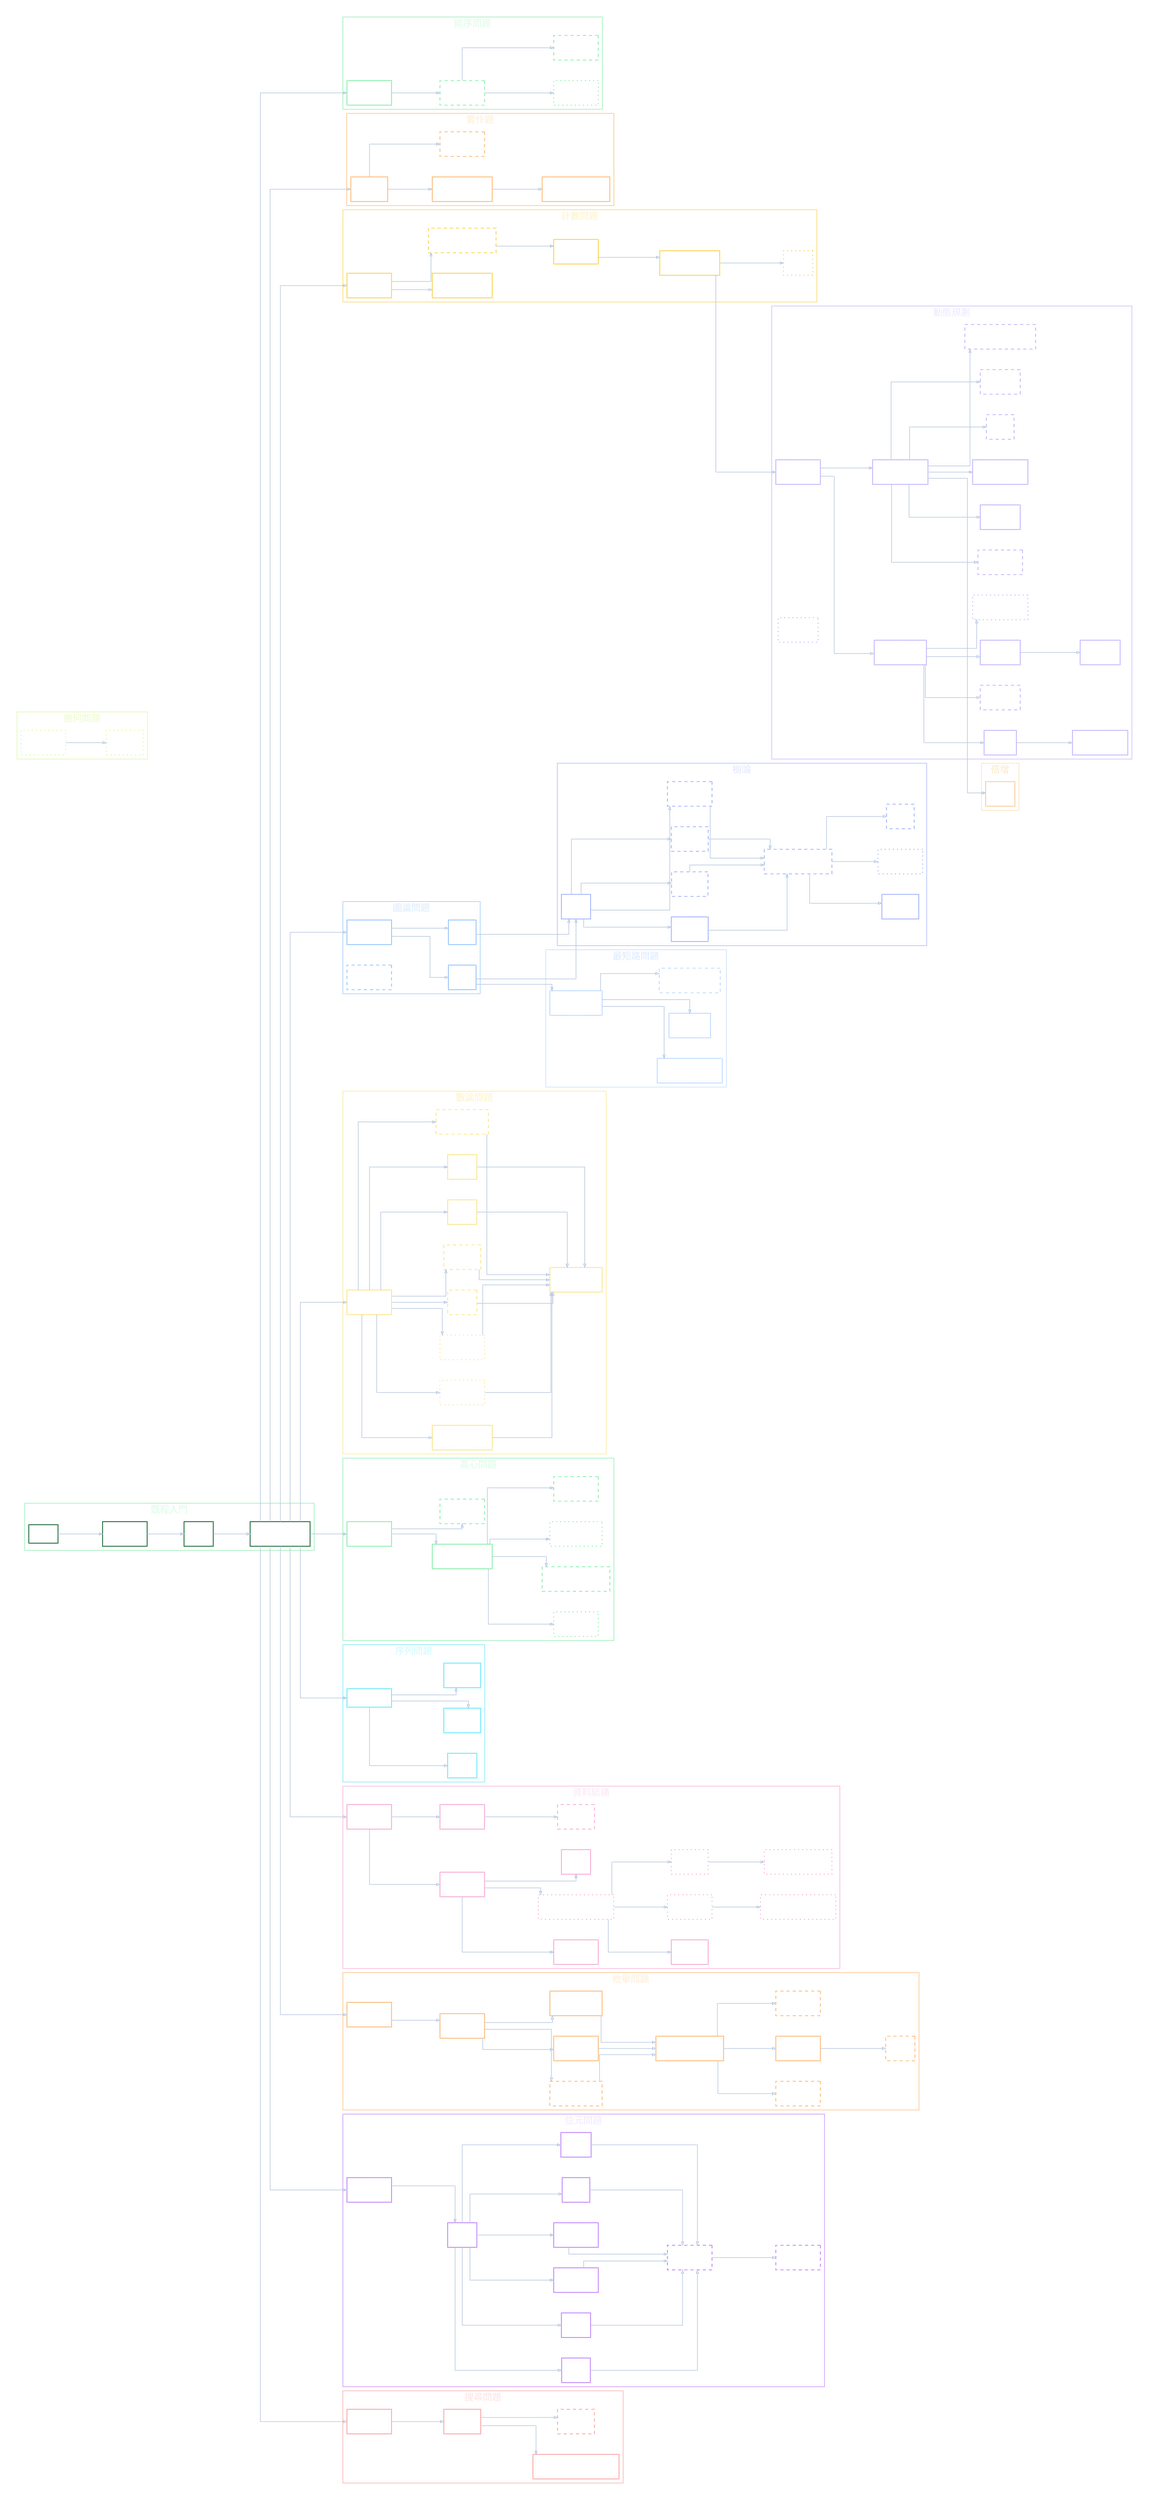
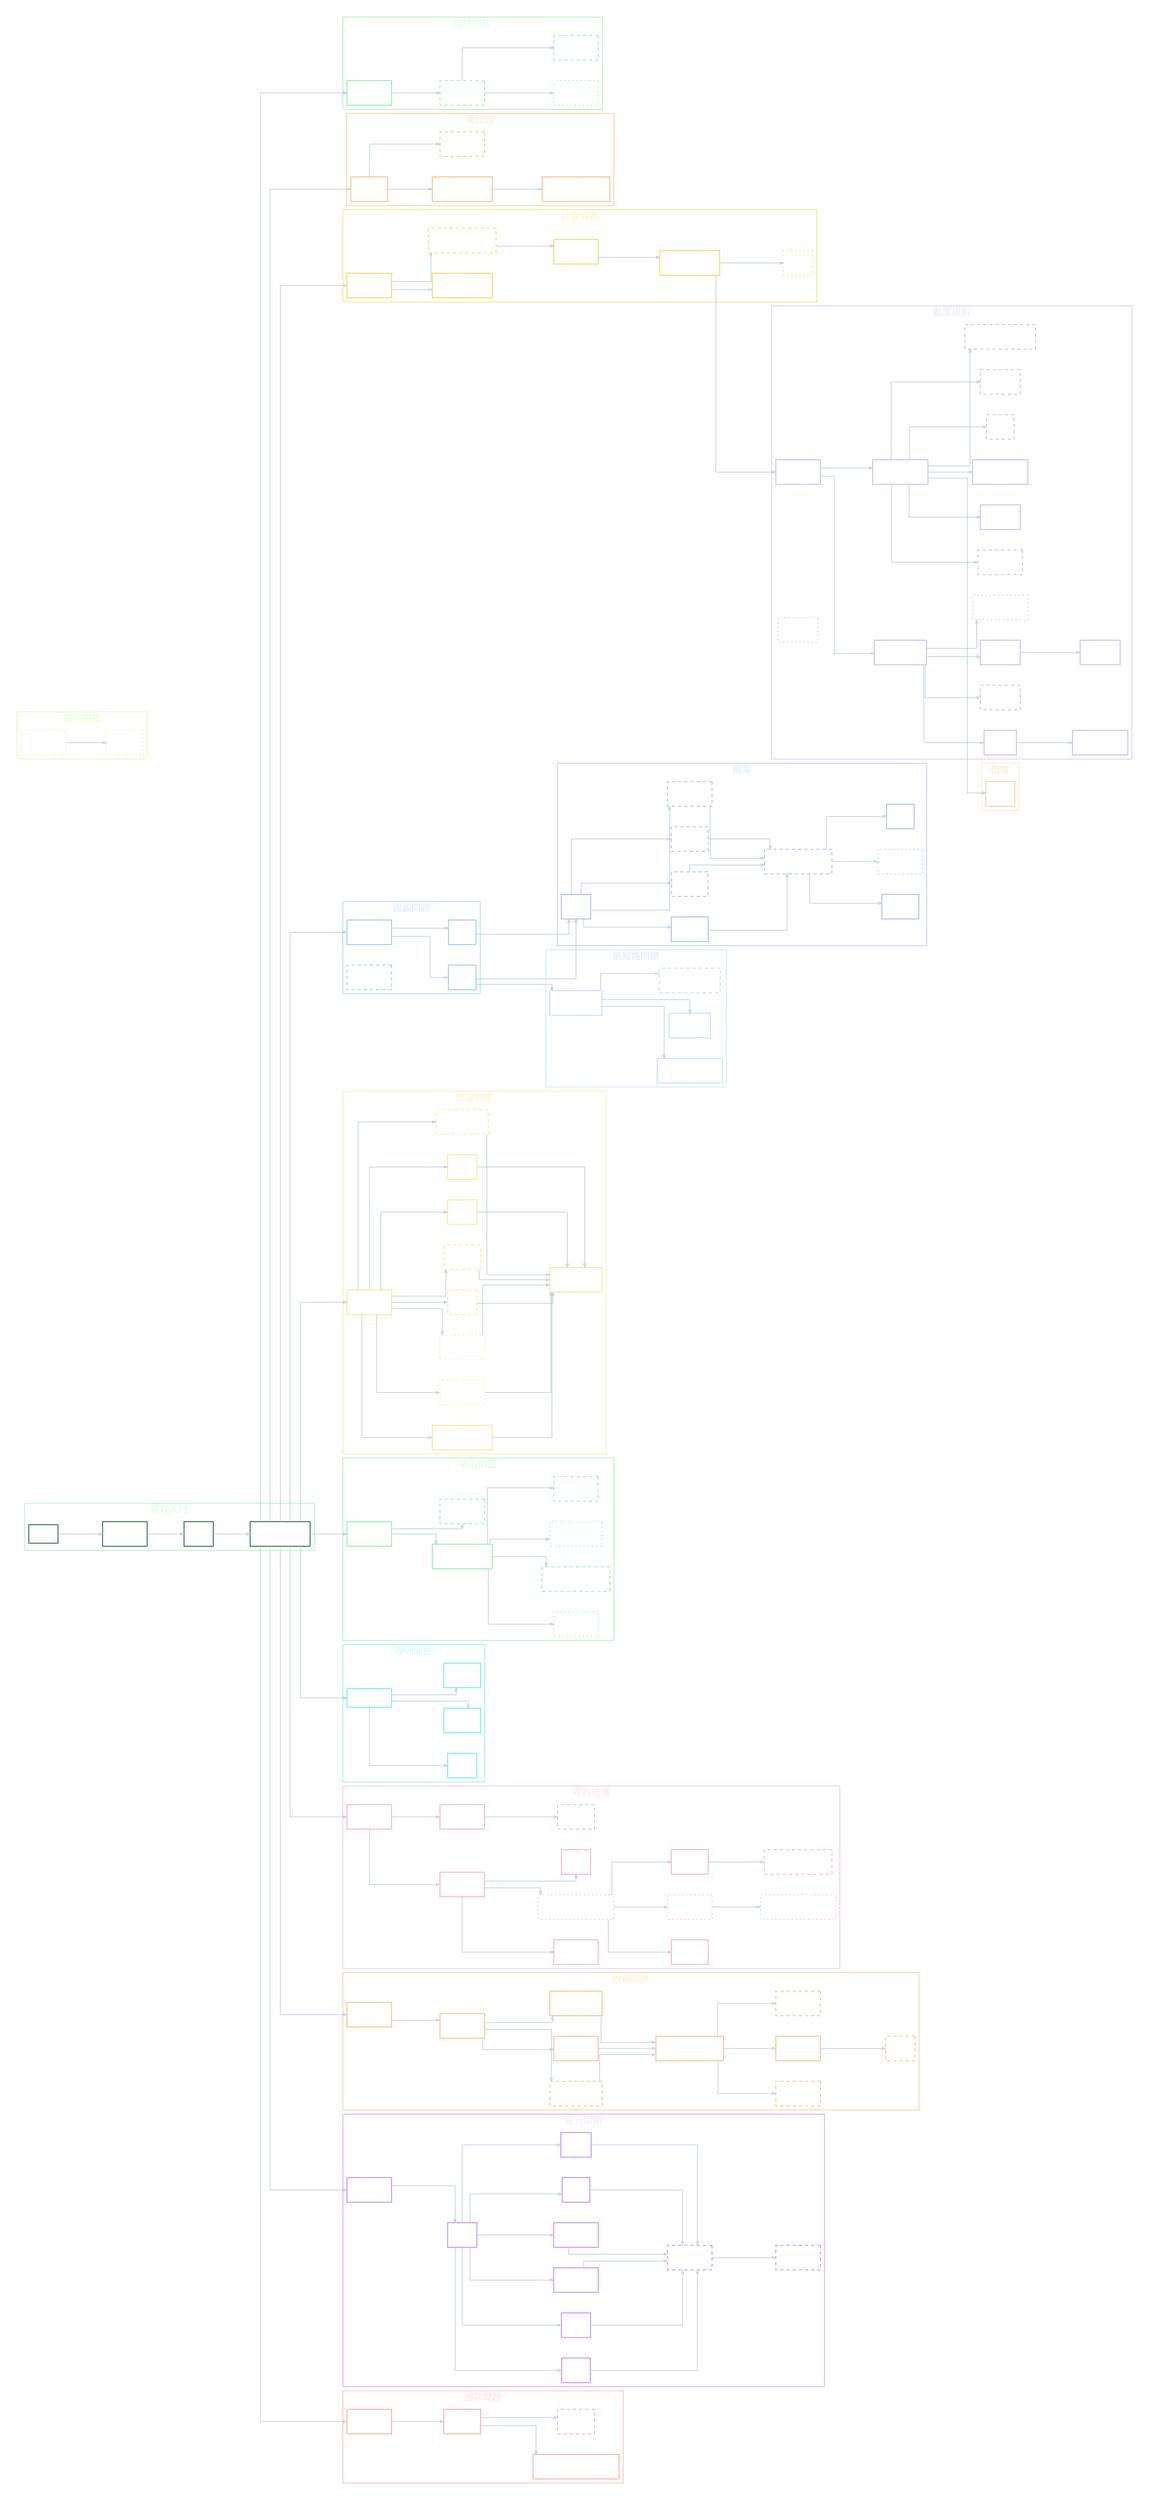
digraph CompetitiveProgrammingSkillTree {
  graph [
    rankdir=LR,
    bgcolor="transparent",
    splines=ortho,
    nodesep=0.55,
    ranksep=1.0,
    pad=0.35,
    compound=true
  ];

  node [
    shape=rect,
    style=filled,
    fontname="Microsoft JhengHei",
    fontsize=15,
    margin="0.18,0.10",
    penwidth=1.6,
    color="#7A8A99",
    fontcolor="#ffffff"
  ];

  edge [
    color="#bacae0",
    arrowsize=0.65,
    penwidth=1.2
  ];

  subgraph cluster_cp_entry {
    label="競程入門";
    color="#86efac";
    fillcolor="#052e16";
    fontname="Microsoft JhengHei";
    fontcolor="#dcfce7";
    fontsize=18;

    node [fillcolor="transparent", color="#166534"]
    root1 [label="競程"];
    core1 [label="基礎語法\n[✪]"];
    core2 [label="陣列\n[✪]"];
    core3 [label="基礎 STL 工具\n[✪]"];
  }

  subgraph cluster_sort {
    label="排序問題";
    color="#86efac";
    fillcolor="#052e16";
    fontname="Microsoft JhengHei";
    fontcolor="#dcfce7";
    fontsize=18;

    node [fillcolor="transparent", color="#86efac"];
    sort1 [label="排序問題\n[✔]"];
    sort2 [label="交換問題\n[!?]", style="dashed"];
    sort3 [label="拓撲排序\n[?]", style="dotted"];
    sort4 [label="單調隊列\n[!?]", style="dashed"];
  }

  subgraph cluster_impl {
    label="實作題";
    color="#fdba74";
    fillcolor="#431407";
    fontname="Microsoft JhengHei";
    fontcolor="#ffedd5";
    fontsize=18;

    node [fillcolor="transparent", color="#fdba74"];
    impl1 [label="實作題\n[✔]"];
    impl2 [label="二維地圖實作\n[✔]"];
    impl3 [label="字串問題\n[!?]", style="dashed"];
    impl4 [label="六邊形地圖實作\n[✔]"]
  }

  impl2 -> impl4;

  subgraph cluster_count {
    label="計數問題";
    color="#fcd34d";
    fillcolor="#422006";
    fontname="Microsoft JhengHei";
    fontcolor="#fef3c7";
    fontsize=18;

    node [fillcolor="transparent", color="#fcd34d"];
    count1 [label="計數問題\n[✔]"];
    count4 [label="微掃描線問題\n[✔]"];
    count2 [label="等價類計數問題\n[!?]", style="dashed"];
    count3 [label="排容原理\n[✔]"];
    count5 [label="拆分子問題法\n[✔]"];
    div1 [label="分治\n[?]", style="dotted"];
  }

  count1 -> count4;

  subgraph cluster_dp {
    label="動態規劃";
    color="#c4b5fd";
    fillcolor="#2e1065";
    fontname="Microsoft JhengHei";
    fontcolor="#ede9fe";
    fontsize=18;

    node [fillcolor="transparent", color="#c4b5fd"];
    dp1 [label="動態規劃\n[✔]"];
    dp2 [label="背包問題\n[!?]", style="dashed"];
    dp3 [label="分段 dp\n[✔]"];
    dp4 [label="二維地圖 dp\n[✔]"];
    dp5 [label="區間 dp\n[✔]"];
    dp6 [label="賽局 dp\n[✔]"];
    dp7 [label="狀態壓縮 dp\n[?]", style="dotted"];
    dp8 [label="記憶化搜索\n[✔]"];
    dp9 [label="LCS\n[!?]", style="dashed"];
    dp10 [label="環狀 dp\n[!?]", style="dashed"];
    dp11 [label="樹 dp\n[✔]"];
    dp12 [label="子樹合併 dp\n[✔]"];
    dp13 [label="有權區間排程 dp\n[!?]", style="dashed"];
    dp14 [label="數位 dp\n[!?]", style="dashed"];
    dp15 [label="dp 狀態設計\n[✔]"];
    dp16 [label="dp 優化\n[?]", style="dotted"];
  }

  dp1 -> dp8;
  dp1 -> dp15;
  dp8 -> dp11;
  dp8 -> dp14;
  dp8 -> dp5;
  dp8 -> dp7;
  dp15 -> dp2;
  dp15 -> dp3;
  dp15 -> dp4;
  dp15 -> dp9;
  dp15 -> dp10;
  dp15 -> dp13;
  dp5 -> dp6;
  dp11 -> dp12;

  subgraph cluster_graph {
    label="圖論問題";
    color="#93c5fd";
    fillcolor="#172554";
    fontname="Microsoft JhengHei";
    fontcolor="#dbeafe";
    fontsize=18;

    node [fillcolor="transparent", color="#93c5fd"];
    g1 [label="圖論問題\n[✔]"];
    g2 [label="BFS\n[✔]"];
    g3 [label="DFS\n[✔]"];
    g4 [label="圖論建模\n[!?]", style="dashed"];
  }

  subgraph cluster_shortest_path {
    label="最短路問題";
    color="#bfdbfe";
    fillcolor="#1e3a8a";
    fontname="Microsoft JhengHei";
    fontcolor="#dbeafe";
    fontsize=18;

    node [fillcolor="transparent", color="#bfdbfe"];
    sp1 [label="最短路問題\n[✔]"];
    sp2 [label="Dijkstra\n[✔]"];
    sp3 [label="Bellman Ford\n[!?]", style="dashed"];
    sp4 [label="Floyd Warshall\n[✔]"];
  }

  subgraph cluster_tree {
    label="樹論";
    color="#a5b4fc";
    fillcolor="#312e81";
    fontname="Microsoft JhengHei";
    fontcolor="#e0e7ff";
    fontsize=18;

    node [fillcolor="transparent", color="#a5b4fc"];
    tree1 [label="樹論\n[✔]"];
    tree2 [label="BFS 樹\n[!?]", style="dashed"];
    tree3 [label="DFS 樹\n[!?]", style="dashed"];
    tree4 [label="前中後序\n[!?]", style="dashed"];
    tree5 [label="二分樹\n[✔]"];
    tree6 [label="更難的樹論問題\n[!?]", style="dashed"];
    tree7 [label="樹壓平\n[✔]"];
    tree8 [label="樹上差分\n[?]", style="dotted"];
-     tree9 [label="LCA\n[!?]", style="dashed"];
+     tree9 [label="LCA\n[✔]"];
  }

  subgraph cluster_number {
    label="數論問題";
    color="#fde68a";
    fillcolor="#451a03";
    fontname="Microsoft JhengHei";
    fontcolor="#fef3c7";
    fontsize=18;

    node [fillcolor="transparent", color="#fde68a"];
    num1 [label="數論問題\n[✔]"];
    num2 [label="取餘\n[✔]"];
    num3 [label="篩法\n[✔]"];
    num4 [label="質因數分解\n[!?]", style="dashed"];
    num5 [label="因數倍數問題\n[✔]"];
    num6 [label="進制系統\n[?]", style="dotted"];
    num7 [label="大數運算\n[?]", style="dotted"];
    num8 [label="機率\n[!?]", style="dashed"];
    num9 [label="期望值\n[!?]", style="dashed"];
    math1 [label="數學式化簡\n[✔]"];
  }

  num1 -> num8;
  num1 -> num9;
  num8 -> math1;
  num9 -> math1;

  subgraph cluster_greedy {
    label="貪心問題";
    color="#86efac";
    fillcolor="#052e16";
    fontname="Microsoft JhengHei";
    fontcolor="#dcfce7";
    fontsize=18;

    node [fillcolor="transparent", color="#86efac"];
    gr1 [label="貪心問題\n[✔]"];
    gr2 [label="貪心基本思維\n[✔]"];
    gr3 [label="貪心證明\n[!?]", style="dashed"];
    gr4 [label="區間貪心\n[?]", style="dotted"];
    gr5 [label="構造上下界問題\n[!?]", style="dashed"];
    gr6 [label="子序列貪心\n[?]", style="dotted"];
    gr7 [label="配對問題\n[!?]", style="dashed"];
  }

  subgraph cluster_sequence {
    label="序列問題";
    color="#67e8f9";
    fillcolor="#164e63";
    fontname="Microsoft JhengHei";
    fontcolor="#cffafe";
    fontsize=18;

    node [fillcolor="transparent", color="#67e8f9"];
    seq1 [label="序列問題"];
    seq2 [label="雙指標\n[✔]"];
    seq3 [label="前綴和\n[✔]"];
    seq4 [label="差分\n[✔]"];
  }

  subgraph cluster_ds {
    label="資料結構";
    color="#f9a8d4";
    fillcolor="#500724";
    fontname="Microsoft JhengHei";
    fontcolor="#fce7f3";
    fontsize=18;

    node [fillcolor="transparent", color="#f9a8d4"];
    ds1 [label="資料結構\n[✔]"];
    ds2 [label="序列容器\n[✔]"];
    ds3 [label="關聯容器\n[✔]"];
    ds4 [label="哈希表\n[!?]", style="dashed"];
    ds5 [label="更複雜的資料結構\n[?]", style="dotted"];
    ds6 [label="樹狀陣列\n[?]", style="dotted"];
-     ds7 [label="稀疏表\n[?]", style="dotted"];
+     ds7 [label="稀疏表\n[✔]"];
    ds8 [label="線段樹\n[✔]"];
    ds9 [label="樹狀陣列上二分搜\n[?]", style="dotted"];
-     ds10 [label="稀疏表上二分搜\n[?]", style="dotted"];
+     ds10 [label="稀疏表上二分搜\n[!?]", style="dashed"];
    ds11 [label="堆疊\n[✔]"];
    ds12 [label="優先序列\n[✔]"];
  }

  ds2 -> ds11;
  ds2 -> ds12;

  subgraph cluster_enum {
    label="枚舉問題";
    color="#fdba74";
    fillcolor="#431407";
    fontname="Microsoft JhengHei";
    fontcolor="#ffedd5";
    fontsize=18;

    node [fillcolor="transparent", color="#fdba74"];
    enum1 [label="枚舉問題\n[✔]"];
    enum2 [label="暴力枚舉\n[✔]"];
    enum3 [label="二元枚舉\n[✔]"];
    enum4 [label="全排列枚舉\n[✔]"];
    enum5 [label="聰明的枚舉\n[!?]", style="dashed"];
    enum6 [label="更難的枚舉問題\n[✔]"];
    enum7 [label="遞迴枚舉\n[✔]"];
    enum8 [label="折半枚舉\n[!?]", style="dashed"];
    enum9 [label="剪枝\n[!?]", style="dashed"];
    enum10 [label="枚舉倍數\n[!?]", style="dashed"];
  }

  subgraph cluster_bit {
    label="位元問題";
    color="#c084fc";
    fillcolor="#3b0764";
    fontname="Microsoft JhengHei";
    fontcolor="#f3e8ff";
    fontsize=18;

    node [fillcolor="transparent", color="#c084fc"];
    bit1 [label="位元問題\n[✔]"];
    bit2 [label="位元\n[✔]"];
    bit3 [label="OR\n[✔]"];
    bit4 [label="AND\n[✔]"];
    bit5 [label="XOR\n[✔]"];
    bit6 [label="NOT\n[✔]"];
    bit7 [label="位元左移\n[✔]"];
    bit8 [label="位元右移\n[✔]"];
    bit9 [label="位元函式\n[!?]", style="dashed"];
    bit10 [label="狀態壓縮\n[!?]", style="dashed"];
  }

  subgraph cluster_search {
    label="搜尋問題";
    color="#fca5a5";
    fillcolor="#450a0a";
    fontname="Microsoft JhengHei";
    fontcolor="#fee2e2";
    fontsize=18;

    node [fillcolor="transparent", color="#fca5a5"];
    search1 [label="搜尋問題\n[✔]"];
    search2 [label="二分搜\n[✔]"];
    search3 [label="lower / upper bound\n[✔]"];
    search4 [label="三分搜\n[!?]", style="dashed"];
  }

  subgraph cluster_geometry {
    label="幾何問題";
    color="#d9f99d";
    fillcolor="#1a2e05";
    fontname="Microsoft JhengHei";
    fontcolor="#ecfccb";
    fontsize=18;

    node [fillcolor="transparent", color="#d9f99d"];
    geo1 [label="幾何問題\n[?]", style="dotted"];
    geo2 [label="掃描線\n[?]", style="dotted"];
  }

  geo1 -> geo2;

  subgraph cluster_binary_lifting {
    label="倍增";
    color="#f9dc9ddc";
    fontname="Microsoft JhengHei";
    fontsize=18;
    fontcolor="#fceacb";

    node [fillcolor="transparent", color="#f9ce9d"];
    bl1 [label="倍增\n[✔]"];
  }

  dp15 -> bl1;

  root1 -> core1;
  core1 -> core2;
  core2 -> core3;

  core3 -> sort1;
  core3 -> impl1;
  core3 -> count1;
  core3 -> g1;
  core3 -> num1;
  core3 -> gr1;
  core3 -> seq1;
  core3 -> ds1;
  core3 -> enum1;
  core3 -> bit1;
  core3 -> search1;

  sort1 -> sort2;
  sort2 -> sort3;
  sort2 -> sort4;

  impl1 -> impl2;
  impl1 -> impl3;

  count1 -> count2;
  count2 -> count3;
  count3 -> count5;
  count5 -> dp1;
  count5 -> div1;

  g1 -> g2;
  g1 -> g3;
  g2 -> sp1;
  g2 -> tree1;
  g3 -> tree1;

  sp1 -> sp2;
  sp1 -> sp3;
  sp1 -> sp4;

  tree1 -> tree2;
  tree1 -> tree3;
  tree1 -> tree4;
  tree1 -> tree5;
  tree2 -> tree6;
  tree3 -> tree6;
  tree4 -> tree6;
  tree5 -> tree6;
  tree6 -> tree7;
  tree6 -> tree8;
  tree6 -> tree9;

  num1 -> num2;
  num1 -> num3;
  num1 -> num4;
  num1 -> num5;
  num1 -> num6;
  num1 -> num7;
  num2 -> math1;
  num3 -> math1;
  num4 -> math1;
  num5 -> math1;
  num6 -> math1;
  num7 -> math1;

  gr1 -> gr2;
  gr1 -> gr3;
  gr2 -> gr4;
  gr2 -> gr5;
  gr2 -> gr6;
  gr2 -> gr7;

  seq1 -> seq2;
  seq1 -> seq3;
  seq1 -> seq4;

  ds1 -> ds2;
  ds1 -> ds3;
  ds2 -> ds5;
  ds3 -> ds4;
  ds5 -> ds6;
  ds5 -> ds7;
  ds5 -> ds8;
  ds6 -> ds9;
  ds7 -> ds10;

  enum1 -> enum2;
  enum2 -> enum3;
  enum2 -> enum4;
  enum2 -> enum5;
  enum3 -> enum6;
  enum4 -> enum6;
  enum5 -> enum6;
  enum6 -> enum7;
  enum6 -> enum8;
  enum6 -> enum10;
  enum7 -> enum9;

  bit1 -> bit2;
  bit2 -> bit3;
  bit2 -> bit4;
  bit2 -> bit5;
  bit2 -> bit6;
  bit2 -> bit7;
  bit2 -> bit8;
  bit3 -> bit9;
  bit4 -> bit9;
  bit5 -> bit9;
  bit6 -> bit9;
  bit7 -> bit9;
  bit8 -> bit9;
  bit9 -> bit10;

  search1 -> search2;
  search2 -> search3;
  search2 -> search4;
}
